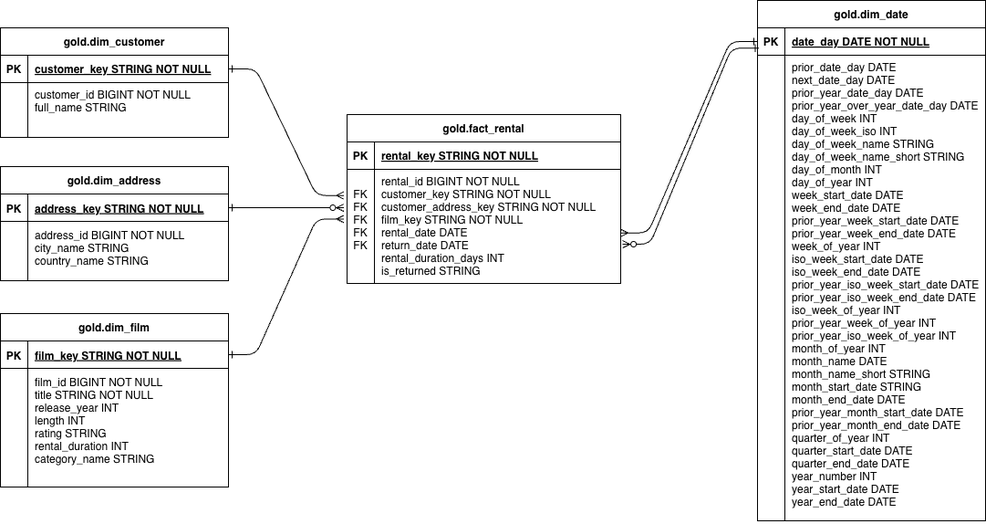
Before: 02-data-transformation/batch/images/batch-star_schema_erd.png, a diagram exported from draw.io (builder-betz/dvd-modern-data-pipelines). Source tidied: cells renumbered, new cells last; positions are measured from the earlier drawing's top-left corner, leaving out a move shared by most shapes.
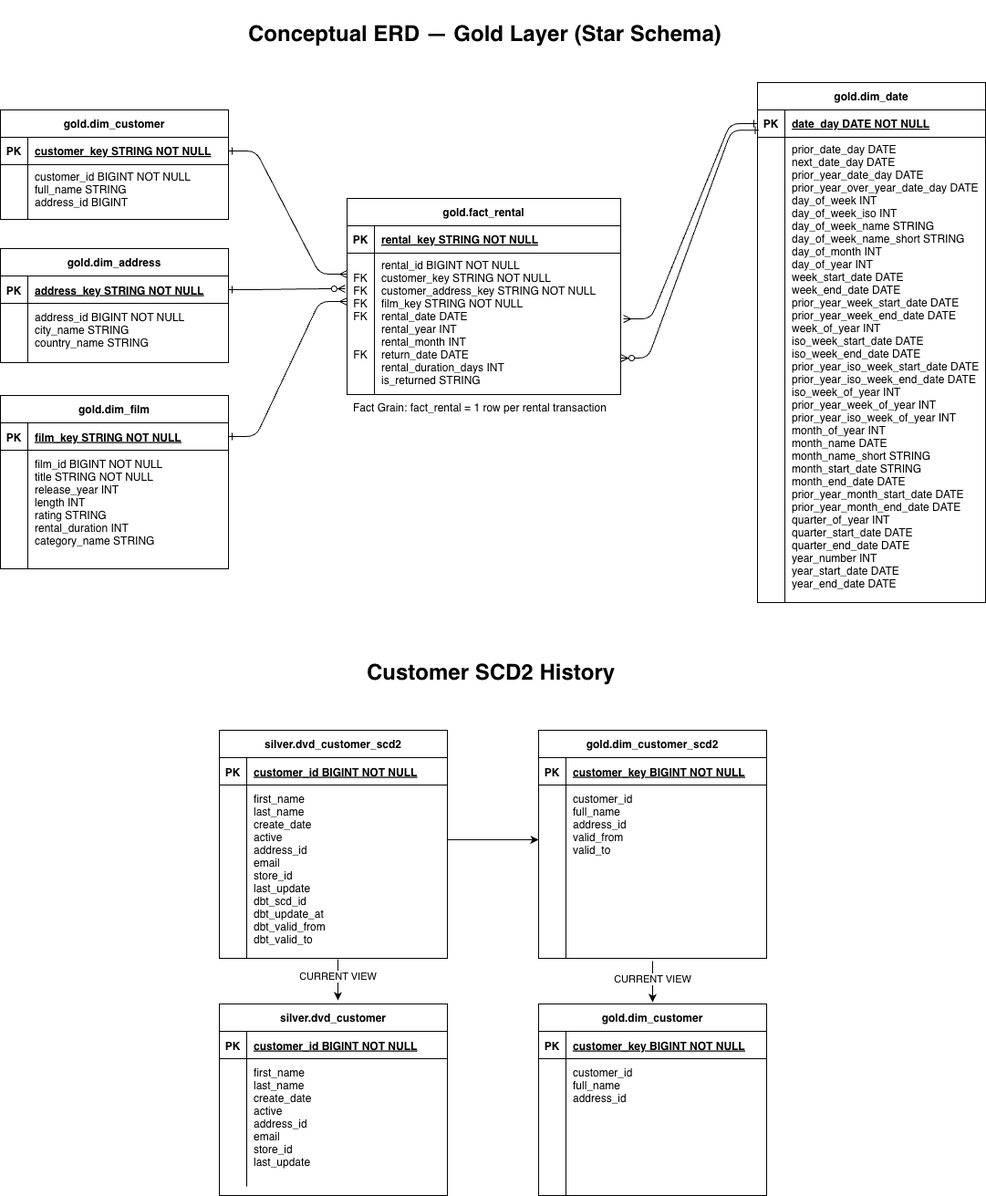
Above is the later version.

What changed in the source:
```diff
@@ -3,7 +3,7 @@
     <mxCell id="0" />
     <mxCell id="1" parent="0" />
     <mxCell id="2" value="gold.fact_rental" style="shape=table;startSize=30;rowLines=0;fontStyle=1;align=center;" parent="1" vertex="1">
-      <mxGeometry x="380" y="125" width="300" height="185" as="geometry" />
+      <mxGeometry x="380" y="127" width="300" height="215" as="geometry" />
     </mxCell>
     <mxCell id="3" style="shape=partialRectangle;fillColor=none;top=0;left=0;right=0;bottom=1;" parent="2" vertex="1">
       <mxGeometry y="30" width="300" height="30" as="geometry" />
@@ -15,13 +15,13 @@
       <mxGeometry x="30" width="270" height="30" as="geometry" />
     </mxCell>
     <mxCell id="6" style="shape=partialRectangle;fillColor=none;points=[[0,0.5],[1,0.5]];portConstraint=eastwest;top=0;left=0;right=0;bottom=0;" parent="2" vertex="1">
-      <mxGeometry y="60" width="300" height="125" as="geometry" />
+      <mxGeometry y="60" width="300" height="155" as="geometry" />
     </mxCell>
-    <mxCell id="7" value="&#10;FK&#10;FK&#10;FK&#10;FK&#10;FK" style="shape=partialRectangle;overflow=hidden;fillColor=none;top=0;left=0;bottom=0;right=0;verticalAlign=top;" parent="6" vertex="1">
-      <mxGeometry width="30" height="125" as="geometry" />
+    <mxCell id="7" value="&#10;FK&#10;FK&#10;FK&#10;FK&#10;&#10;&#10;FK" style="shape=partialRectangle;overflow=hidden;fillColor=none;top=0;left=0;bottom=0;right=0;verticalAlign=top;" parent="6" vertex="1">
+      <mxGeometry width="30" height="155" as="geometry" />
     </mxCell>
-    <mxCell id="8" value="rental_id BIGINT NOT NULL&#10;customer_key STRING NOT NULL&#10;customer_address_key STRING NOT NULL&#10;film_key STRING NOT NULL&#10;rental_date DATE&#10;return_date DATE&#10;rental_duration_days INT&#10;is_returned STRING" style="shape=partialRectangle;overflow=hidden;fillColor=none;top=0;left=0;bottom=0;right=0;align=left;spacingLeft=6;verticalAlign=top;" parent="6" vertex="1">
-      <mxGeometry x="30" width="270" height="125" as="geometry" />
+    <mxCell id="8" value="rental_id BIGINT NOT NULL&#10;customer_key STRING NOT NULL&#10;customer_address_key STRING NOT NULL&#10;film_key STRING NOT NULL&#10;rental_date DATE&#10;rental_year INT&#10;rental_month INT&#10;return_date DATE&#10;rental_duration_days INT&#10;is_returned STRING" style="shape=partialRectangle;overflow=hidden;fillColor=none;top=0;left=0;bottom=0;right=0;align=left;spacingLeft=6;verticalAlign=top;" parent="6" vertex="1">
+      <mxGeometry x="30" width="270" height="155" as="geometry" />
     </mxCell>
     <mxCell id="9" value="gold.dim_date" style="shape=table;startSize=30;rowLines=0;fontStyle=1;align=center;" parent="1" vertex="1">
       <mxGeometry x="830" width="250" height="570" as="geometry" />
@@ -62,7 +62,7 @@
     <mxCell id="21" style="shape=partialRectangle;overflow=hidden;fillColor=none;top=0;left=0;bottom=0;right=0;" parent="20" vertex="1">
       <mxGeometry width="30" height="60" as="geometry" />
     </mxCell>
-    <mxCell id="22" value="customer_id BIGINT NOT NULL&#10;full_name STRING" style="shape=partialRectangle;overflow=hidden;fillColor=none;top=0;left=0;bottom=0;right=0;align=left;spacingLeft=6;verticalAlign=top;" parent="20" vertex="1">
+    <mxCell id="22" value="customer_id BIGINT NOT NULL&#10;full_name STRING&#10;address_id BIGINT" style="shape=partialRectangle;overflow=hidden;fillColor=none;top=0;left=0;bottom=0;right=0;align=left;spacingLeft=6;verticalAlign=top;" parent="20" vertex="1">
       <mxGeometry x="30" width="220" height="60" as="geometry" />
     </mxCell>
     <mxCell id="23" value="gold.dim_address" style="shape=table;startSize=30;rowLines=0;fontStyle=1;align=center;" parent="1" vertex="1">
@@ -86,16 +86,18 @@
     <mxCell id="29" value="address_id BIGINT NOT NULL&#10;city_name STRING&#10;country_name STRING" style="shape=partialRectangle;overflow=hidden;fillColor=none;top=0;left=0;bottom=0;right=0;align=left;spacingLeft=6;verticalAlign=top;spacingBottom=6;spacingTop=2;" parent="27" vertex="1">
       <mxGeometry x="30" width="220" height="65" as="geometry" />
     </mxCell>
-    <mxCell id="30" style="edgeStyle=entityRelationEdgeStyle;endArrow=ERmany;startArrow=ERone;endFill=0;startFill=0;exitX=0;exitY=0.5;exitDx=0;exitDy=0;entryX=1;entryY=0.557;entryDx=0;entryDy=0;entryPerimeter=0;" parent="1" edge="1" source="10" target="6">
+    <mxCell id="30" style="edgeStyle=entityRelationEdgeStyle;endArrow=ERmany;startArrow=ERone;endFill=0;startFill=0;exitX=0;exitY=0.5;exitDx=0;exitDy=0;entryX=1.01;entryY=0.465;entryDx=0;entryDy=0;entryPerimeter=0;" parent="1" edge="1" source="10" target="6">
       <mxGeometry relative="1" as="geometry" />
     </mxCell>
-    <mxCell id="31" style="edgeStyle=entityRelationEdgeStyle;endArrow=ERzeroToMany;startArrow=ERone;endFill=1;startFill=0;entryX=1.007;entryY=0.656;entryDx=0;entryDy=0;entryPerimeter=0;exitX=0.006;exitY=0.741;exitDx=0;exitDy=0;exitPerimeter=0;" parent="1" edge="1" source="10" target="6">
+    <mxCell id="31" style="edgeStyle=entityRelationEdgeStyle;endArrow=ERzeroToMany;startArrow=ERone;endFill=1;startFill=0;entryX=1;entryY=0.742;entryDx=0;entryDy=0;entryPerimeter=0;exitX=0.006;exitY=0.741;exitDx=0;exitDy=0;exitPerimeter=0;" parent="1" edge="1" source="10" target="6">
       <mxGeometry relative="1" as="geometry" />
     </mxCell>
-    <mxCell id="32" style="edgeStyle=entityRelationEdgeStyle;endArrow=ERmany;startArrow=ERone;endFill=0;startFill=0;exitX=1;exitY=0.5;exitDx=0;exitDy=0;entryX=-0.012;entryY=0.229;entryDx=0;entryDy=0;entryPerimeter=0;" parent="1" edge="1" source="17" target="6">
-      <mxGeometry relative="1" as="geometry" />
+    <mxCell id="32" style="edgeStyle=entityRelationEdgeStyle;endArrow=ERmany;startArrow=ERone;endFill=0;startFill=0;exitX=1;exitY=0.5;exitDx=0;exitDy=0;" parent="1" edge="1" source="17">
+      <mxGeometry relative="1" as="geometry">
+        <mxPoint x="380" y="210" as="targetPoint" />
+      </mxGeometry>
     </mxCell>
-    <mxCell id="33" style="edgeStyle=entityRelationEdgeStyle;endArrow=ERzeroToMany;startArrow=ERone;endFill=1;startFill=0;entryX=-0.012;entryY=0.336;entryDx=0;entryDy=0;entryPerimeter=0;exitX=1;exitY=0.5;exitDx=0;exitDy=0;" parent="1" edge="1" source="24" target="6">
+    <mxCell id="33" style="edgeStyle=entityRelationEdgeStyle;endArrow=ERzeroToMany;startArrow=ERone;endFill=1;startFill=0;exitX=1;exitY=0.5;exitDx=0;exitDy=0;entryX=-0.007;entryY=0.252;entryDx=0;entryDy=0;entryPerimeter=0;" parent="1" edge="1" source="24" target="6">
       <mxGeometry relative="1" as="geometry" />
     </mxCell>
     <mxCell id="34" value="gold.dim_film" style="shape=table;startSize=30;rowLines=0;fontStyle=1;align=center;" parent="1" vertex="1">
@@ -119,8 +121,130 @@
     <mxCell id="40" value="film_id BIGINT NOT NULL&#10;title STRING NOT NULL&#10;release_year INT&#10;length INT&#10;rating STRING&#10;rental_duration INT&#10;category_name STRING&#10;" style="shape=partialRectangle;overflow=hidden;fillColor=none;top=0;left=0;bottom=0;right=0;align=left;spacingLeft=6;verticalAlign=top;spacingBottom=6;spacingTop=2;" parent="38" vertex="1">
       <mxGeometry x="30" width="220" height="130" as="geometry" />
     </mxCell>
-    <mxCell id="41" style="edgeStyle=entityRelationEdgeStyle;endArrow=ERmany;startArrow=ERone;endFill=0;startFill=0;exitX=1;exitY=0.5;exitDx=0;exitDy=0;entryX=-0.012;entryY=0.435;entryDx=0;entryDy=0;entryPerimeter=0;" parent="1" edge="1" source="35" target="6">
-      <mxGeometry relative="1" as="geometry" />
+    <mxCell id="41" style="edgeStyle=entityRelationEdgeStyle;endArrow=ERmany;startArrow=ERone;endFill=0;startFill=0;exitX=1;exitY=0.5;exitDx=0;exitDy=0;" parent="1" edge="1" source="35">
+      <mxGeometry relative="1" as="geometry">
+        <mxPoint x="380" y="240" as="targetPoint" />
+      </mxGeometry>
     </mxCell>
+    <mxCell id="42" value="&lt;h1&gt;Conceptual ERD — Gold Layer (Star Schema)&lt;/h1&gt;&#10;&lt;p&gt;&lt;/p&gt;" style="text;whiteSpace=wrap;html=1;" parent="1" vertex="1">
+      <mxGeometry x="270" y="-90" width="560" height="110" as="geometry" />
+    </mxCell>
+    <mxCell id="43" value="&lt;h1&gt;Customer SCD2 History&lt;/h1&gt;&lt;p&gt;&lt;/p&gt;" style="text;whiteSpace=wrap;html=1;" parent="1" vertex="1">
+      <mxGeometry x="400" y="610" width="560" height="110" as="geometry" />
+    </mxCell>
+    <mxCell id="44" value="silver.dvd_customer_scd2" style="shape=table;startSize=30;rowLines=0;fontStyle=1;align=center;" parent="1" vertex="1">
+      <mxGeometry x="240" y="710" width="250" height="250" as="geometry" />
+    </mxCell>
+    <mxCell id="45" style="shape=partialRectangle;fillColor=none;top=0;left=0;right=0;bottom=1;spacingTop=1;" parent="44" vertex="1">
+      <mxGeometry y="30" width="250" height="30" as="geometry" />
+    </mxCell>
+    <mxCell id="46" value="PK" style="shape=partialRectangle;overflow=hidden;fillColor=none;top=0;left=0;bottom=0;right=0;fontStyle=1;spacingTop=1;" parent="45" vertex="1">
+      <mxGeometry width="30" height="30" as="geometry" />
+    </mxCell>
+    <mxCell id="47" value="customer_id BIGINT NOT NULL " style="shape=partialRectangle;overflow=hidden;fillColor=none;top=0;left=0;bottom=0;right=0;align=left;spacingLeft=6;fontStyle=5;spacingTop=1;" parent="45" vertex="1">
+      <mxGeometry x="30" width="220" height="30" as="geometry" />
+    </mxCell>
+    <mxCell id="48" style="shape=partialRectangle;fillColor=none;points=[[0,0.5],[1,0.5]];portConstraint=eastwest;top=0;left=0;right=0;bottom=0;spacingTop=1;" parent="44" vertex="1">
+      <mxGeometry y="60" width="250" height="190" as="geometry" />
+    </mxCell>
+    <mxCell id="49" style="shape=partialRectangle;overflow=hidden;fillColor=none;top=0;left=0;bottom=0;right=0;spacingTop=1;" parent="48" vertex="1">
+      <mxGeometry width="30" height="190" as="geometry" />
+    </mxCell>
+    <mxCell id="50" value="first_name&#10;last_name&#10;create_date&#10;active&#10;address_id&#10;email&#10;store_id&#10;last_update&#10;dbt_scd_id&#10;dbt_update_at&#10;dbt_valid_from&#10;dbt_valid_to" style="shape=partialRectangle;overflow=hidden;fillColor=none;top=0;left=0;bottom=0;right=0;align=left;spacingLeft=6;verticalAlign=top;spacingBottom=6;spacingTop=2;" parent="48" vertex="1">
+      <mxGeometry x="30" width="220" height="190" as="geometry" />
+    </mxCell>
+    <mxCell id="51" value="silver.dvd_customer" style="shape=table;startSize=30;rowLines=0;fontStyle=1;align=center;" parent="1" vertex="1">
+      <mxGeometry x="240" y="1010" width="250" height="210" as="geometry" />
+    </mxCell>
+    <mxCell id="52" style="shape=partialRectangle;fillColor=none;top=0;left=0;right=0;bottom=1;spacingTop=1;" parent="51" vertex="1">
+      <mxGeometry y="30" width="250" height="30" as="geometry" />
+    </mxCell>
+    <mxCell id="53" value="PK" style="shape=partialRectangle;overflow=hidden;fillColor=none;top=0;left=0;bottom=0;right=0;fontStyle=1;spacingTop=1;" parent="52" vertex="1">
+      <mxGeometry width="30" height="30" as="geometry" />
+    </mxCell>
+    <mxCell id="54" value="customer_id BIGINT NOT NULL " style="shape=partialRectangle;overflow=hidden;fillColor=none;top=0;left=0;bottom=0;right=0;align=left;spacingLeft=6;fontStyle=5;spacingTop=1;" parent="52" vertex="1">
+      <mxGeometry x="30" width="220" height="30" as="geometry" />
+    </mxCell>
+    <mxCell id="55" style="shape=partialRectangle;fillColor=none;top=0;left=0;right=0;bottom=0;spacingTop=1;" parent="51" vertex="1">
+      <mxGeometry y="60" width="250" height="140" as="geometry" />
+    </mxCell>
+    <mxCell id="56" style="shape=partialRectangle;overflow=hidden;fillColor=none;top=0;left=0;bottom=0;right=0;spacingTop=1;" parent="55" vertex="1">
+      <mxGeometry width="30" height="140" as="geometry" />
+    </mxCell>
+    <mxCell id="57" value="first_name&#10;last_name&#10;create_date&#10;active&#10;address_id&#10;email&#10;store_id&#10;last_update&#10;" style="shape=partialRectangle;overflow=hidden;fillColor=none;top=0;left=0;bottom=0;right=0;align=left;spacingLeft=6;verticalAlign=top;spacingBottom=6;spacingTop=2;" parent="55" vertex="1">
+      <mxGeometry x="30" width="220" height="140" as="geometry" />
+    </mxCell>
+    <mxCell id="58" style="endArrow=classic;html=1;rounded=0;exitX=0.52;exitY=1.005;exitDx=0;exitDy=0;exitPerimeter=0;" parent="1" edge="1" source="48">
+      <mxGeometry relative="1" as="geometry">
+        <mxPoint x="370" y="1006" as="targetPoint" />
+      </mxGeometry>
+    </mxCell>
+    <mxCell id="59" value="CURRENT VIEW" style="edgeLabel;html=1;align=center;verticalAlign=middle;" parent="58" vertex="1">
+      <mxGeometry x="-0.33" y="-1" relative="1" as="geometry">
+        <mxPoint y="4" as="offset" />
+      </mxGeometry>
+    </mxCell>
+    <mxCell id="60" value="gold.dim_customer_scd2" style="shape=table;startSize=30;rowLines=0;fontStyle=1;align=center;" parent="1" vertex="1">
+      <mxGeometry x="590" y="710" width="250" height="250" as="geometry" />
+    </mxCell>
+    <mxCell id="61" style="shape=partialRectangle;fillColor=none;top=0;left=0;right=0;bottom=1;spacingTop=1;" parent="60" vertex="1">
+      <mxGeometry y="30" width="250" height="30" as="geometry" />
+    </mxCell>
+    <mxCell id="62" value="PK" style="shape=partialRectangle;overflow=hidden;fillColor=none;top=0;left=0;bottom=0;right=0;fontStyle=1;spacingTop=1;" parent="61" vertex="1">
+      <mxGeometry width="30" height="30" as="geometry" />
+    </mxCell>
+    <mxCell id="63" value="customer_key BIGINT NOT NULL " style="shape=partialRectangle;overflow=hidden;fillColor=none;top=0;left=0;bottom=0;right=0;align=left;spacingLeft=6;fontStyle=5;spacingTop=1;" parent="61" vertex="1">
+      <mxGeometry x="30" width="220" height="30" as="geometry" />
+    </mxCell>
+    <mxCell id="64" style="shape=partialRectangle;fillColor=none;top=0;left=0;right=0;bottom=0;spacingTop=1;" parent="60" vertex="1">
+      <mxGeometry y="60" width="250" height="190" as="geometry" />
+    </mxCell>
+    <mxCell id="65" style="shape=partialRectangle;overflow=hidden;fillColor=none;top=0;left=0;bottom=0;right=0;spacingTop=1;" parent="64" vertex="1">
+      <mxGeometry width="30" height="190" as="geometry" />
+    </mxCell>
+    <mxCell id="66" value="customer_id&#10;full_name&#10;address_id&#10;valid_from&#10;valid_to" style="shape=partialRectangle;overflow=hidden;fillColor=none;top=0;left=0;bottom=0;right=0;align=left;spacingLeft=6;verticalAlign=top;spacingBottom=6;spacingTop=2;" parent="64" vertex="1">
+      <mxGeometry x="30" width="220" height="190" as="geometry" />
+    </mxCell>
+    <mxCell id="67" style="edgeStyle=orthogonalEdgeStyle;rounded=0;orthogonalLoop=1;jettySize=auto;html=1;exitX=1;exitY=0.5;exitDx=0;exitDy=0;entryX=0;entryY=0.5;entryDx=0;entryDy=0;" parent="1" edge="1">
+      <mxGeometry relative="1" as="geometry">
+        <mxPoint x="490" y="830" as="sourcePoint" />
+        <mxPoint x="590" y="830" as="targetPoint" />
+      </mxGeometry>
+    </mxCell>
+    <mxCell id="68" value="gold.dim_customer" style="shape=table;startSize=30;rowLines=0;fontStyle=1;align=center;" parent="1" vertex="1">
+      <mxGeometry x="590" y="1010" width="250" height="210" as="geometry" />
+    </mxCell>
+    <mxCell id="69" style="shape=partialRectangle;fillColor=none;top=0;left=0;right=0;bottom=1;spacingTop=1;" parent="68" vertex="1">
+      <mxGeometry y="30" width="250" height="30" as="geometry" />
+    </mxCell>
+    <mxCell id="70" value="PK" style="shape=partialRectangle;overflow=hidden;fillColor=none;top=0;left=0;bottom=0;right=0;fontStyle=1;spacingTop=1;" parent="69" vertex="1">
+      <mxGeometry width="30" height="30" as="geometry" />
+    </mxCell>
+    <mxCell id="71" value="customer_key BIGINT NOT NULL " style="shape=partialRectangle;overflow=hidden;fillColor=none;top=0;left=0;bottom=0;right=0;align=left;spacingLeft=6;fontStyle=5;spacingTop=1;" parent="69" vertex="1">
+      <mxGeometry x="30" width="220" height="30" as="geometry" />
+    </mxCell>
+    <mxCell id="72" style="shape=partialRectangle;fillColor=none;top=0;left=0;right=0;bottom=0;spacingTop=1;" parent="68" vertex="1">
+      <mxGeometry y="60" width="250" height="150" as="geometry" />
+    </mxCell>
+    <mxCell id="73" style="shape=partialRectangle;overflow=hidden;fillColor=none;top=0;left=0;bottom=0;right=0;spacingTop=1;" parent="72" vertex="1">
+      <mxGeometry width="30" height="150" as="geometry" />
+    </mxCell>
+    <mxCell id="74" value="customer_id&#10;full_name&#10;address_id" style="shape=partialRectangle;overflow=hidden;fillColor=none;top=0;left=0;bottom=0;right=0;align=left;spacingLeft=6;verticalAlign=top;spacingBottom=6;spacingTop=2;" parent="72" vertex="1">
+      <mxGeometry x="30" width="220" height="150" as="geometry" />
+    </mxCell>
+    <mxCell id="75" style="endArrow=classic;html=1;rounded=0;exitX=0.52;exitY=1.005;exitDx=0;exitDy=0;exitPerimeter=0;" parent="1" edge="1">
+      <mxGeometry relative="1" as="geometry">
+        <mxPoint x="715" y="963" as="sourcePoint" />
+        <mxPoint x="715" y="1008" as="targetPoint" />
+      </mxGeometry>
+    </mxCell>
+    <mxCell id="76" value="CURRENT VIEW" style="edgeLabel;html=1;align=center;verticalAlign=middle;" parent="75" vertex="1">
+      <mxGeometry x="-0.33" y="-1" relative="1" as="geometry">
+        <mxPoint y="4" as="offset" />
+      </mxGeometry>
+    </mxCell>
+    <mxCell id="77" value="Fact Grain: fact_rental = 1 row per rental transaction" style="text;whiteSpace=wrap;" parent="1" vertex="1">
+      <mxGeometry x="385" y="343" width="290" height="40" as="geometry" />
+    </mxCell>
   </root>
 </mxGraphModel>
```
